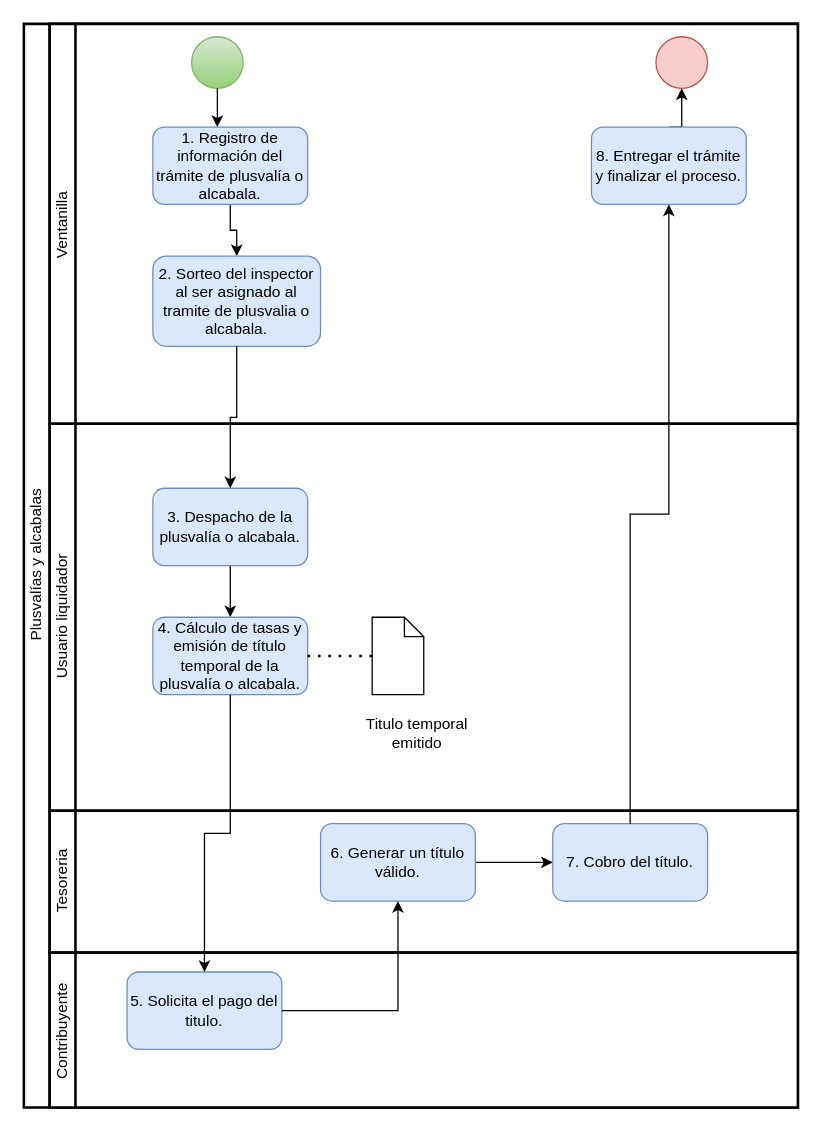
This is Diagrama1/Diagrama1.drawio from bryamOzl/Diagramas, a draw.io file, before an edit. Source tidied: cells renumbered, new cells numbered last; positions are measured from the earlier drawing's top-left corner, leaving out a move shared by most shapes. Both pictures are drawn from the tidied source at 129%, with x=0, y=0 at pixel (23, 23).
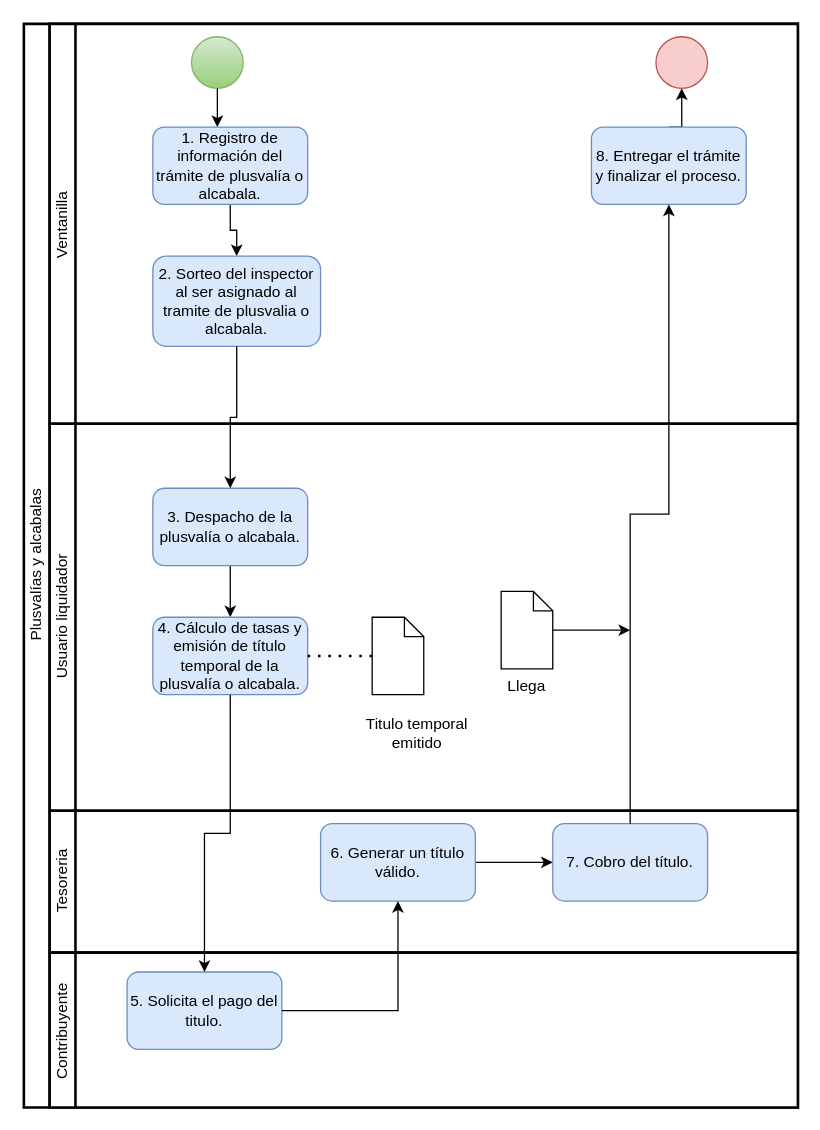
The same page after the edit.

Unchanged cells that the change refers to:
```xml
<mxCell id="11" value="Usuario liquidador" style="swimlane;html=1;startSize=20;fontStyle=0;horizontal=0;swimlaneLine=1;swimlaneFillColor=#ffffff;strokeWidth=2;" parent="2" vertex="1">
  <mxGeometry x="20" y="310" width="580" height="300" as="geometry" />
</mxCell>
```

Diff of the diagram source:
```diff
@@
+    <mxCell id="29" value="Llega" style="shape=mxgraph.bpmn.data;labelPosition=center;verticalLabelPosition=bottom;align=center;verticalAlign=top;whiteSpace=wrap;size=15;html=1;" parent="11" vertex="1">
+      <mxGeometry x="350" y="130" width="40" height="60" as="geometry" />
+    </mxCell>
@@
+    <mxCell id="30" style="edgeStyle=orthogonalEdgeStyle;rounded=0;jettySize=auto;html=1;" parent="1" edge="1" source="29">
+      <mxGeometry relative="1" as="geometry">
+        <mxPoint x="470" y="470" as="targetPoint" />
+      </mxGeometry>
+    </mxCell>
```
